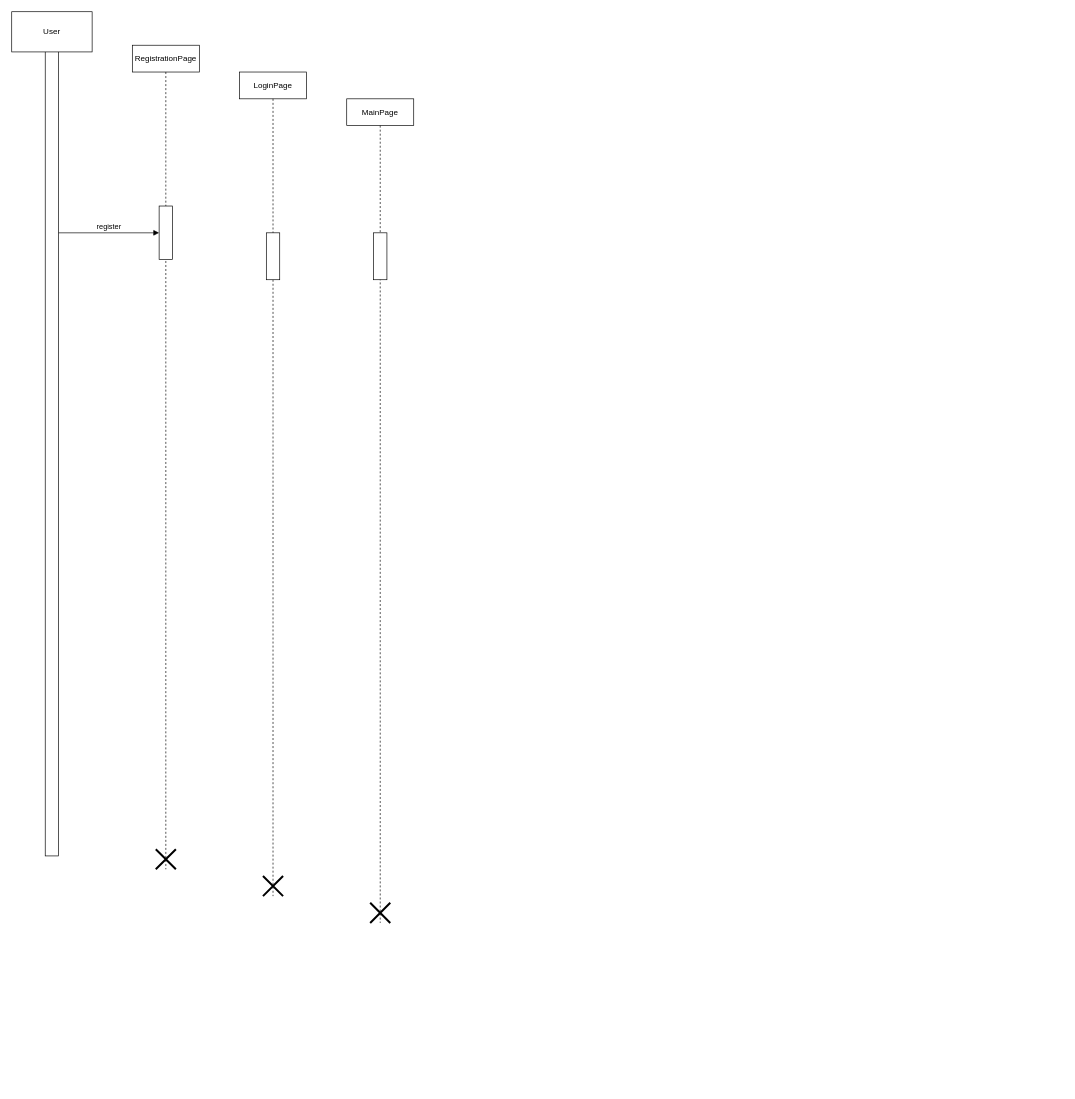
Earlier version of the draw.io diagram ActionDia.drawio (hard-gainer/UML). Source tidied: cells renumbered, new cells numbered last; positions are measured from the earlier drawing's top-left corner, leaving out a move shared by most shapes. Both pictures are drawn from the tidied source at 67%, with x=0, y=0 at pixel (11, 11).
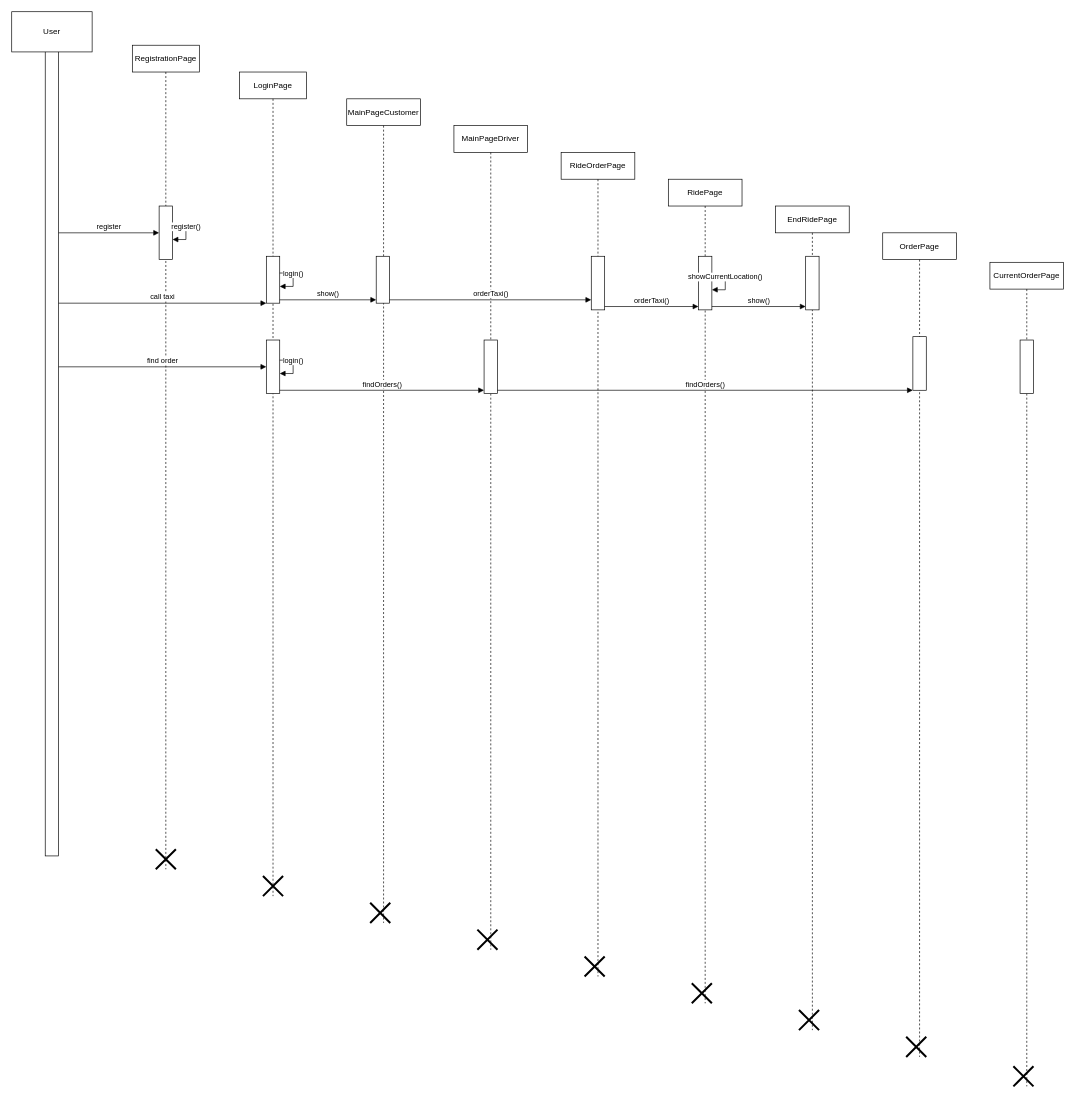
Above is the later version.

The change refers to these unchanged cells:
```xml
<mxCell id="3" value="RegistrationPage" style="shape=umlLifeline;perimeter=lifelinePerimeter;whiteSpace=wrap;html=1;newEdgeStyle={&quot;edgeStyle&quot;:&quot;elbowEdgeStyle&quot;,&quot;elbow&quot;:&quot;vertical&quot;,&quot;curved&quot;:0,&quot;rounded&quot;:0};" parent="1" vertex="1">
  <mxGeometry x="180" y="50" width="100" height="1230" as="geometry" />
</mxCell>
<mxCell id="4" style="html=1;points=[[0,0,0,0,5],[0,1,0,0,-5],[1,0,0,0,5],[1,1,0,0,-5]];perimeter=orthogonalPerimeter;outlineConnect=0;targetShapes=umlLifeline;portConstraint=eastwest;newEdgeStyle={&quot;curved&quot;:0,&quot;rounded&quot;:0};" parent="3" vertex="1">
  <mxGeometry x="40" y="240" width="20" height="80" as="geometry" />
</mxCell>
<mxCell id="6" value="LoginPage" style="shape=umlLifeline;perimeter=lifelinePerimeter;whiteSpace=wrap;html=1;newEdgeStyle={&quot;edgeStyle&quot;:&quot;elbowEdgeStyle&quot;,&quot;elbow&quot;:&quot;vertical&quot;,&quot;curved&quot;:0,&quot;rounded&quot;:0};" parent="1" vertex="1">
  <mxGeometry x="340" y="90" width="100" height="1230" as="geometry" />
</mxCell>
<mxCell id="12" style="html=1;points=[[0,0,0,0,5],[0,1,0,0,-5],[1,0,0,0,5],[1,1,0,0,-5]];perimeter=orthogonalPerimeter;outlineConnect=0;targetShapes=umlLifeline;portConstraint=eastwest;newEdgeStyle={&quot;curved&quot;:0,&quot;rounded&quot;:0};" parent="1" vertex="1">
  <mxGeometry x="50" y="50" width="20" height="1210" as="geometry" />
</mxCell>
```

Diff of the diagram source:
```diff
@@
+    <mxCell id="15" value="register()" style="html=1;verticalAlign=bottom;endArrow=block;curved=0;rounded=0;" parent="3" edge="1" source="4" target="4">
+      <mxGeometry relative="1" as="geometry" />
+    </mxCell>
@@
     <mxCell id="7" style="html=1;points=[[0,0,0,0,5],[0,1,0,0,-5],[1,0,0,0,5],[1,1,0,0,-5]];perimeter=orthogonalPerimeter;outlineConnect=0;targetShapes=umlLifeline;portConstraint=eastwest;newEdgeStyle={&quot;curved&quot;:0,&quot;rounded&quot;:0};" parent="6" vertex="1">
-      <mxGeometry x="40" y="240" width="20" height="70" as="geometry" />
+      <mxGeometry x="40" y="275" width="20" height="70" as="geometry" />
     </mxCell>
@@
+    <mxCell id="16" value="login()" style="html=1;verticalAlign=bottom;endArrow=block;curved=0;rounded=0;" parent="6" edge="1" source="7" target="7">
+      <mxGeometry relative="1" as="geometry" />
+    </mxCell>
+    <mxCell id="17" style="html=1;points=[[0,0,0,0,5],[0,1,0,0,-5],[1,0,0,0,5],[1,1,0,0,-5]];perimeter=orthogonalPerimeter;outlineConnect=0;targetShapes=umlLifeline;portConstraint=eastwest;newEdgeStyle={&quot;curved&quot;:0,&quot;rounded&quot;:0};" parent="6" vertex="1">
+      <mxGeometry x="40" y="400" width="20" height="80" as="geometry" />
+    </mxCell>
+    <mxCell id="18" value="login()" style="html=1;verticalAlign=bottom;endArrow=block;curved=0;rounded=0;" parent="6" edge="1" source="17" target="17">
+      <mxGeometry relative="1" as="geometry" />
+    </mxCell>
-    <mxCell id="9" value="MainPage" style="shape=umlLifeline;perimeter=lifelinePerimeter;whiteSpace=wrap;html=1;newEdgeStyle={&quot;edgeStyle&quot;:&quot;elbowEdgeStyle&quot;,&quot;elbow&quot;:&quot;vertical&quot;,&quot;curved&quot;:0,&quot;rounded&quot;:0};" parent="1" vertex="1">
-      <mxGeometry x="500" y="130" width="100" height="1230" as="geometry" />
+    <mxCell id="9" value="MainPageCustomer" style="shape=umlLifeline;perimeter=lifelinePerimeter;whiteSpace=wrap;html=1;newEdgeStyle={&quot;edgeStyle&quot;:&quot;elbowEdgeStyle&quot;,&quot;elbow&quot;:&quot;vertical&quot;,&quot;curved&quot;:0,&quot;rounded&quot;:0};" parent="1" vertex="1">
+      <mxGeometry x="500" y="130" width="110" height="1230" as="geometry" />
     </mxCell>
     <mxCell id="10" style="html=1;points=[[0,0,0,0,5],[0,1,0,0,-5],[1,0,0,0,5],[1,1,0,0,-5]];perimeter=orthogonalPerimeter;outlineConnect=0;targetShapes=umlLifeline;portConstraint=eastwest;newEdgeStyle={&quot;curved&quot;:0,&quot;rounded&quot;:0};" parent="9" vertex="1">
-      <mxGeometry x="40" y="200" width="20" height="70" as="geometry" />
+      <mxGeometry x="44" y="235" width="20" height="70" as="geometry" />
     </mxCell>
@@
+    <mxCell id="19" value="call taxi" style="html=1;verticalAlign=bottom;endArrow=block;curved=0;rounded=0;" parent="1" edge="1" source="12" target="7">
+      <mxGeometry relative="1" as="geometry" />
+    </mxCell>
+    <mxCell id="20" value="find order" style="html=1;verticalAlign=bottom;endArrow=block;curved=0;rounded=0;" parent="1" edge="1" source="12">
+      <mxGeometry relative="1" as="geometry">
+        <mxPoint x="380" y="530" as="targetPoint" />
+      </mxGeometry>
+    </mxCell>
+    <mxCell id="21" value="MainPageDriver" style="shape=umlLifeline;perimeter=lifelinePerimeter;whiteSpace=wrap;html=1;newEdgeStyle={&quot;edgeStyle&quot;:&quot;elbowEdgeStyle&quot;,&quot;elbow&quot;:&quot;vertical&quot;,&quot;curved&quot;:0,&quot;rounded&quot;:0};" parent="1" vertex="1">
+      <mxGeometry x="660" y="170" width="110" height="1230" as="geometry" />
+    </mxCell>
+    <mxCell id="22" style="html=1;points=[[0,0,0,0,5],[0,1,0,0,-5],[1,0,0,0,5],[1,1,0,0,-5]];perimeter=orthogonalPerimeter;outlineConnect=0;targetShapes=umlLifeline;portConstraint=eastwest;newEdgeStyle={&quot;curved&quot;:0,&quot;rounded&quot;:0};" parent="21" vertex="1">
+      <mxGeometry x="45" y="320" width="20" height="80" as="geometry" />
+    </mxCell>
+    <mxCell id="23" style="shape=umlDestroy;whiteSpace=wrap;html=1;strokeWidth=3;targetShapes=umlLifeline;" parent="21" vertex="1">
+      <mxGeometry x="35" y="1200" width="30" height="30" as="geometry" />
+    </mxCell>
+    <mxCell id="24" value="show()" style="html=1;verticalAlign=bottom;endArrow=block;curved=0;rounded=0;entryX=0;entryY=1;entryDx=0;entryDy=-5;entryPerimeter=0;" parent="1" edge="1" source="7" target="10">
+      <mxGeometry relative="1" as="geometry" />
+    </mxCell>
+    <mxCell id="25" value="orderTaxi()" style="html=1;verticalAlign=bottom;endArrow=block;curved=0;rounded=0;exitX=1;exitY=1;exitDx=0;exitDy=-5;exitPerimeter=0;" parent="1" edge="1" source="10" target="27">
+      <mxGeometry relative="1" as="geometry" />
+    </mxCell>
+    <mxCell id="26" value="RideOrderPage" style="shape=umlLifeline;perimeter=lifelinePerimeter;whiteSpace=wrap;html=1;newEdgeStyle={&quot;edgeStyle&quot;:&quot;elbowEdgeStyle&quot;,&quot;elbow&quot;:&quot;vertical&quot;,&quot;curved&quot;:0,&quot;rounded&quot;:0};" parent="1" vertex="1">
+      <mxGeometry x="820" y="210" width="110" height="1230" as="geometry" />
+    </mxCell>
+    <mxCell id="27" style="html=1;points=[[0,0,0,0,5],[0,1,0,0,-5],[1,0,0,0,5],[1,1,0,0,-5]];perimeter=orthogonalPerimeter;outlineConnect=0;targetShapes=umlLifeline;portConstraint=eastwest;newEdgeStyle={&quot;curved&quot;:0,&quot;rounded&quot;:0};" parent="26" vertex="1">
+      <mxGeometry x="45" y="155" width="20" height="80" as="geometry" />
+    </mxCell>
+    <mxCell id="28" style="shape=umlDestroy;whiteSpace=wrap;html=1;strokeWidth=3;targetShapes=umlLifeline;" parent="26" vertex="1">
+      <mxGeometry x="35" y="1200" width="30" height="30" as="geometry" />
+    </mxCell>
+    <mxCell id="29" value="RidePage" style="shape=umlLifeline;perimeter=lifelinePerimeter;whiteSpace=wrap;html=1;newEdgeStyle={&quot;edgeStyle&quot;:&quot;elbowEdgeStyle&quot;,&quot;elbow&quot;:&quot;vertical&quot;,&quot;curved&quot;:0,&quot;rounded&quot;:0};" parent="1" vertex="1">
+      <mxGeometry x="980" y="250" width="110" height="1230" as="geometry" />
+    </mxCell>
+    <mxCell id="30" style="html=1;points=[[0,0,0,0,5],[0,1,0,0,-5],[1,0,0,0,5],[1,1,0,0,-5]];perimeter=orthogonalPerimeter;outlineConnect=0;targetShapes=umlLifeline;portConstraint=eastwest;newEdgeStyle={&quot;curved&quot;:0,&quot;rounded&quot;:0};" parent="29" vertex="1">
+      <mxGeometry x="45" y="115" width="20" height="80" as="geometry" />
+    </mxCell>
+    <mxCell id="31" style="shape=umlDestroy;whiteSpace=wrap;html=1;strokeWidth=3;targetShapes=umlLifeline;" parent="29" vertex="1">
+      <mxGeometry x="35" y="1200" width="30" height="30" as="geometry" />
+    </mxCell>
+    <mxCell id="32" value="showCurrentLocation()" style="html=1;verticalAlign=bottom;endArrow=block;curved=0;rounded=0;" parent="29" edge="1" source="30" target="30">
+      <mxGeometry relative="1" as="geometry" />
+    </mxCell>
+    <mxCell id="33" value="EndRidePage" style="shape=umlLifeline;perimeter=lifelinePerimeter;whiteSpace=wrap;html=1;newEdgeStyle={&quot;edgeStyle&quot;:&quot;elbowEdgeStyle&quot;,&quot;elbow&quot;:&quot;vertical&quot;,&quot;curved&quot;:0,&quot;rounded&quot;:0};" parent="1" vertex="1">
+      <mxGeometry x="1140" y="290" width="110" height="1230" as="geometry" />
+    </mxCell>
+    <mxCell id="34" style="html=1;points=[[0,0,0,0,5],[0,1,0,0,-5],[1,0,0,0,5],[1,1,0,0,-5]];perimeter=orthogonalPerimeter;outlineConnect=0;targetShapes=umlLifeline;portConstraint=eastwest;newEdgeStyle={&quot;curved&quot;:0,&quot;rounded&quot;:0};" parent="33" vertex="1">
+      <mxGeometry x="45" y="75" width="20" height="80" as="geometry" />
+    </mxCell>
+    <mxCell id="35" style="shape=umlDestroy;whiteSpace=wrap;html=1;strokeWidth=3;targetShapes=umlLifeline;" parent="33" vertex="1">
+      <mxGeometry x="35" y="1200" width="30" height="30" as="geometry" />
+    </mxCell>
+    <mxCell id="36" value="orderTaxi()" style="html=1;verticalAlign=bottom;endArrow=block;curved=0;rounded=0;exitX=1;exitY=1;exitDx=0;exitDy=-5;exitPerimeter=0;entryX=0;entryY=1;entryDx=0;entryDy=-5;entryPerimeter=0;" parent="1" edge="1" source="27" target="30">
+      <mxGeometry relative="1" as="geometry" />
+    </mxCell>
+    <mxCell id="37" value="show()" style="html=1;verticalAlign=bottom;endArrow=block;curved=0;rounded=0;exitX=1;exitY=1;exitDx=0;exitDy=-5;exitPerimeter=0;" parent="1" edge="1" source="30" target="34">
+      <mxGeometry relative="1" as="geometry" />
+    </mxCell>
+    <mxCell id="38" value="findOrders()" style="html=1;verticalAlign=bottom;endArrow=block;curved=0;rounded=0;entryX=0;entryY=1;entryDx=0;entryDy=-5;entryPerimeter=0;" parent="1" edge="1" source="17" target="22">
+      <mxGeometry relative="1" as="geometry" />
+    </mxCell>
+    <mxCell id="39" value="findOrders()" style="html=1;verticalAlign=bottom;endArrow=block;curved=0;rounded=0;exitX=1;exitY=1;exitDx=0;exitDy=-5;exitPerimeter=0;" parent="1" edge="1" source="22" target="41">
+      <mxGeometry relative="1" as="geometry" />
+    </mxCell>
+    <mxCell id="40" value="OrderPage" style="shape=umlLifeline;perimeter=lifelinePerimeter;whiteSpace=wrap;html=1;newEdgeStyle={&quot;edgeStyle&quot;:&quot;elbowEdgeStyle&quot;,&quot;elbow&quot;:&quot;vertical&quot;,&quot;curved&quot;:0,&quot;rounded&quot;:0};" parent="1" vertex="1">
+      <mxGeometry x="1300" y="330" width="110" height="1230" as="geometry" />
+    </mxCell>
+    <mxCell id="41" style="html=1;points=[[0,0,0,0,5],[0,1,0,0,-5],[1,0,0,0,5],[1,1,0,0,-5]];perimeter=orthogonalPerimeter;outlineConnect=0;targetShapes=umlLifeline;portConstraint=eastwest;newEdgeStyle={&quot;curved&quot;:0,&quot;rounded&quot;:0};" parent="40" vertex="1">
+      <mxGeometry x="45" y="155" width="20" height="80" as="geometry" />
+    </mxCell>
+    <mxCell id="42" style="shape=umlDestroy;whiteSpace=wrap;html=1;strokeWidth=3;targetShapes=umlLifeline;" parent="40" vertex="1">
+      <mxGeometry x="35" y="1200" width="30" height="30" as="geometry" />
+    </mxCell>
+    <mxCell id="43" value="CurrentOrderPage" style="shape=umlLifeline;perimeter=lifelinePerimeter;whiteSpace=wrap;html=1;newEdgeStyle={&quot;edgeStyle&quot;:&quot;elbowEdgeStyle&quot;,&quot;elbow&quot;:&quot;vertical&quot;,&quot;curved&quot;:0,&quot;rounded&quot;:0};" parent="1" vertex="1">
+      <mxGeometry x="1460" y="374" width="110" height="1230" as="geometry" />
+    </mxCell>
+    <mxCell id="44" style="html=1;perimeter=orthogonalPerimeter;targetShapes=umlLifeline;newEdgeStyle={&quot;curved&quot;:0,&quot;rounded&quot;:0};" parent="43" vertex="1">
+      <mxGeometry x="45" y="116" width="20" height="80" as="geometry" />
+    </mxCell>
+    <mxCell id="45" style="shape=umlDestroy;whiteSpace=wrap;html=1;strokeWidth=3;targetShapes=umlLifeline;" parent="43" vertex="1">
+      <mxGeometry x="35" y="1200" width="30" height="30" as="geometry" />
+    </mxCell>
```
